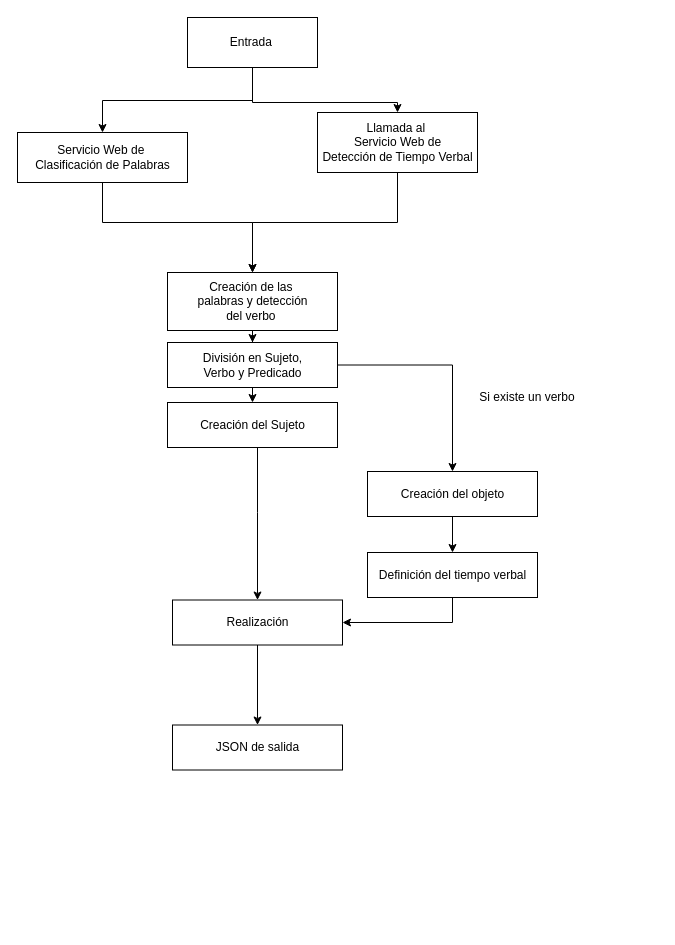
Earlier version of the draw.io diagram Documentación/Imagenes/Bitmap/Diagramas/NLGService.drawio (NILGroup/TFG-1819-PictoTexto). Source tidied: cells renumbered, new cells numbered last; positions are measured from the earlier drawing's top-left corner, leaving out a move shared by most shapes. Both pictures are drawn from the tidied source at 100%, with x=0, y=0 at pixel (17, 17).
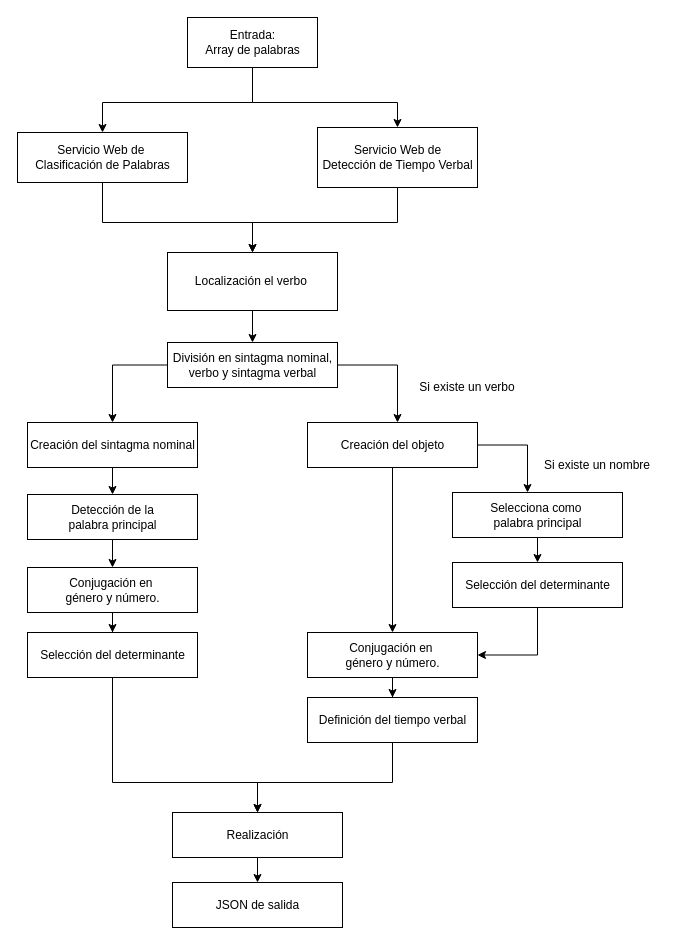
The same page after the edit.

The change refers to these unchanged cells:
```xml
<mxCell id="5" value="Servicio Web de&amp;nbsp;&lt;br&gt;Clasificación de Palabras&lt;br&gt;" style="html=1;" parent="1" vertex="1">
  <mxGeometry y="115" width="170" height="50" as="geometry" />
</mxCell>
```

Diff of the diagram source:
```diff
@@
     <mxCell id="2" style="edgeStyle=orthogonalEdgeStyle;rounded=0;jettySize=auto;html=1;exitX=0.5;exitY=1;exitDx=0;exitDy=0;entryX=0.5;entryY=0;entryDx=0;entryDy=0;" parent="1" edge="1" source="6" target="5">
       <mxGeometry relative="1" as="geometry">
         <Array as="points">
-          <mxPoint x="235" y="83" />
-          <mxPoint x="85" y="83" />
+          <mxPoint x="235" y="85" />
+          <mxPoint x="85" y="85" />
         </Array>
       </mxGeometry>
     </mxCell>
@@
-    <mxCell id="6" value="Entrada&amp;nbsp;&lt;br&gt;" style="html=1;" parent="1" vertex="1">
+    <mxCell id="6" value="Entrada:&lt;br&gt;Array de palabras&lt;br&gt;" style="html=1;" parent="1" vertex="1">
       <mxGeometry x="170" width="130" height="50" as="geometry" />
     </mxCell>
     <mxCell id="7" style="edgeStyle=orthogonalEdgeStyle;rounded=0;jettySize=auto;html=1;" parent="1" edge="1" source="8" target="10">
-      <mxGeometry relative="1" as="geometry" />
+      <mxGeometry relative="1" as="geometry">
+        <Array as="points">
+          <mxPoint x="380" y="205" />
+          <mxPoint x="235" y="205" />
+        </Array>
+      </mxGeometry>
     </mxCell>
-    <mxCell id="8" value="Llamada al&amp;nbsp;&lt;br&gt;Servicio Web&amp;nbsp;&lt;span&gt;de &lt;br&gt;Detección de Tiempo Verbal&lt;/span&gt;&lt;br&gt;" style="html=1;" parent="1" vertex="1">
-      <mxGeometry x="300" y="95" width="160" height="60" as="geometry" />
+    <mxCell id="8" value="Servicio Web&amp;nbsp;&lt;span&gt;de &lt;br&gt;Detección de Tiempo Verbal&lt;/span&gt;&lt;br&gt;" style="html=1;" parent="1" vertex="1">
+      <mxGeometry x="300" y="110" width="160" height="60" as="geometry" />
     </mxCell>
@@
-    <mxCell id="10" value="Creación de las&amp;nbsp;&lt;br&gt;palabras y detección&lt;br&gt;del verbo&amp;nbsp;&lt;br&gt;" style="html=1;" parent="1" vertex="1">
-      <mxGeometry x="150" y="255" width="170" height="58" as="geometry" />
+    <mxCell id="10" value="Localización el&amp;nbsp;verbo&amp;nbsp;&lt;br&gt;" style="html=1;" parent="1" vertex="1">
+      <mxGeometry x="150" y="235" width="170" height="58" as="geometry" />
     </mxCell>
-    <mxCell id="11" style="edgeStyle=orthogonalEdgeStyle;rounded=0;jettySize=auto;html=1;" parent="1" edge="1" source="12" target="15">
+    <mxCell id="11" style="edgeStyle=orthogonalEdgeStyle;rounded=0;jettySize=auto;html=1;exitX=0;exitY=0.5;exitDx=0;exitDy=0;" parent="1" edge="1" source="12" target="15">
       <mxGeometry relative="1" as="geometry">
         <Array as="points">
-          <mxPoint x="235" y="415" />
-          <mxPoint x="235" y="415" />
+          <mxPoint x="95" y="348" />
         </Array>
       </mxGeometry>
     </mxCell>
-    <mxCell id="12" value="División en Sujeto,&lt;br&gt;Verbo y Predicado&lt;br&gt;" style="html=1;" parent="1" vertex="1">
+    <mxCell id="12" value="División en sintagma nominal,&lt;br&gt;verbo y sintagma verbal&lt;br&gt;" style="html=1;" parent="1" vertex="1">
       <mxGeometry x="150" y="325" width="170" height="45" as="geometry" />
     </mxCell>
-    <mxCell id="13" style="edgeStyle=orthogonalEdgeStyle;rounded=0;jettySize=auto;html=1;" parent="1" edge="1" source="15" target="21">
-      <mxGeometry relative="1" as="geometry">
-        <Array as="points">
-          <mxPoint x="240" y="495" />
-          <mxPoint x="240" y="495" />
-        </Array>
-      </mxGeometry>
-    </mxCell>
     <mxCell id="14" style="edgeStyle=orthogonalEdgeStyle;rounded=0;jettySize=auto;html=1;exitX=1;exitY=0.5;exitDx=0;exitDy=0;" parent="1" edge="1" source="12" target="17">
-      <mxGeometry relative="1" as="geometry" />
+      <mxGeometry relative="1" as="geometry">
+        <Array as="points">
+          <mxPoint x="380" y="348" />
+        </Array>
+      </mxGeometry>
     </mxCell>
+    <mxCell id="24" style="edgeStyle=orthogonalEdgeStyle;rounded=0;jettySize=auto;html=1;" parent="1" edge="1" source="15" target="26">
+      <mxGeometry relative="1" as="geometry" />
+    </mxCell>
-    <mxCell id="15" value="Creación del Sujeto&lt;br&gt;" style="html=1;" parent="1" vertex="1">
-      <mxGeometry x="150" y="385" width="170" height="45" as="geometry" />
+    <mxCell id="15" value="Creación del sintagma nominal&lt;br&gt;" style="html=1;" parent="1" vertex="1">
+      <mxGeometry x="10" y="405" width="170" height="45" as="geometry" />
     </mxCell>
-    <mxCell id="16" style="edgeStyle=orthogonalEdgeStyle;rounded=0;jettySize=auto;html=1;" parent="1" edge="1" source="17" target="19">
-      <mxGeometry relative="1" as="geometry" />
-    </mxCell>
+    <mxCell id="25" style="edgeStyle=orthogonalEdgeStyle;rounded=0;jettySize=auto;html=1;entryX=0.5;entryY=0;entryDx=0;entryDy=0;" parent="1" edge="1" source="26" target="28">
+      <mxGeometry relative="1" as="geometry" />
+    </mxCell>
+    <mxCell id="26" value="Detección de la &lt;br&gt;palabra principal&lt;br&gt;" style="html=1;" parent="1" vertex="1">
+      <mxGeometry x="10" y="477" width="170" height="45" as="geometry" />
+    </mxCell>
+    <mxCell id="27" style="edgeStyle=orthogonalEdgeStyle;rounded=0;jettySize=auto;html=1;" parent="1" edge="1" source="28" target="30">
+      <mxGeometry relative="1" as="geometry" />
+    </mxCell>
+    <mxCell id="28" value="Conjugación en&amp;nbsp;&lt;br&gt;género y número.&lt;br&gt;" style="html=1;" parent="1" vertex="1">
+      <mxGeometry x="10" y="550" width="170" height="45" as="geometry" />
+    </mxCell>
+    <mxCell id="29" style="edgeStyle=orthogonalEdgeStyle;rounded=0;jettySize=auto;html=1;" parent="1" edge="1" source="30">
+      <mxGeometry relative="1" as="geometry">
+        <mxPoint x="240" y="795" as="targetPoint" />
+        <Array as="points">
+          <mxPoint x="95" y="765" />
+          <mxPoint x="240" y="765" />
+        </Array>
+      </mxGeometry>
+    </mxCell>
+    <mxCell id="30" value="Selección del determinante" style="html=1;" parent="1" vertex="1">
+      <mxGeometry x="10" y="615" width="170" height="45" as="geometry" />
+    </mxCell>
+    <mxCell id="31" style="edgeStyle=orthogonalEdgeStyle;rounded=0;jettySize=auto;html=1;" parent="1" edge="1" source="17" target="34">
+      <mxGeometry relative="1" as="geometry">
+        <Array as="points">
+          <mxPoint x="510" y="428" />
+        </Array>
+      </mxGeometry>
+    </mxCell>
+    <mxCell id="32" style="edgeStyle=orthogonalEdgeStyle;rounded=0;jettySize=auto;html=1;" parent="1" edge="1" source="17" target="39">
+      <mxGeometry relative="1" as="geometry" />
+    </mxCell>
     <mxCell id="17" value="Creación del objeto&lt;br&gt;" style="html=1;" parent="1" vertex="1">
-      <mxGeometry x="350" y="454" width="170" height="45" as="geometry" />
+      <mxGeometry x="290" y="405" width="170" height="45" as="geometry" />
     </mxCell>
-    <mxCell id="18" style="edgeStyle=orthogonalEdgeStyle;rounded=0;jettySize=auto;html=1;entryX=1;entryY=0.5;entryDx=0;entryDy=0;exitX=0.5;exitY=1;exitDx=0;exitDy=0;" parent="1" edge="1" source="19" target="21">
-      <mxGeometry relative="1" as="geometry" />
-    </mxCell>
-    <mxCell id="19" value="Definición del tiempo verbal" style="html=1;" parent="1" vertex="1">
-      <mxGeometry x="350" y="535" width="170" height="45" as="geometry" />
-    </mxCell>
+    <mxCell id="33" style="edgeStyle=orthogonalEdgeStyle;rounded=0;jettySize=auto;html=1;entryX=0.5;entryY=0;entryDx=0;entryDy=0;" parent="1" edge="1" source="34" target="37">
+      <mxGeometry relative="1" as="geometry" />
+    </mxCell>
+    <mxCell id="34" value="Selecciona como&amp;nbsp;&lt;br&gt;palabra principal&lt;br&gt;" style="html=1;" parent="1" vertex="1">
+      <mxGeometry x="435" y="475" width="170" height="45" as="geometry" />
+    </mxCell>
@@
     <mxCell id="21" value="Realización&lt;br&gt;" style="html=1;" parent="1" vertex="1">
-      <mxGeometry x="155" y="582.5" width="170" height="45" as="geometry" />
+      <mxGeometry x="155" y="795" width="170" height="45" as="geometry" />
     </mxCell>
     <mxCell id="22" value="JSON de salida" style="html=1;" parent="1" vertex="1">
-      <mxGeometry x="155" y="707.5" width="170" height="45" as="geometry" />
+      <mxGeometry x="155" y="865" width="170" height="45" as="geometry" />
     </mxCell>
     <mxCell id="23" value="Si existe un verbo" style="text;html=1;strokeColor=none;fillColor=none;align=center;verticalAlign=middle;whiteSpace=wrap;rounded=0;" parent="1" vertex="1">
-      <mxGeometry x="450" y="370" width="120" height="20" as="geometry" />
+      <mxGeometry x="390" y="360" width="120" height="20" as="geometry" />
     </mxCell>
+    <mxCell id="18" style="edgeStyle=orthogonalEdgeStyle;rounded=0;jettySize=auto;html=1;entryX=0.5;entryY=0;entryDx=0;entryDy=0;" parent="1" edge="1" source="19" target="21">
+      <mxGeometry relative="1" as="geometry">
+        <Array as="points">
+          <mxPoint x="375" y="765" />
+          <mxPoint x="240" y="765" />
+        </Array>
+      </mxGeometry>
+    </mxCell>
+    <mxCell id="19" value="Definición del tiempo verbal" style="html=1;" parent="1" vertex="1">
+      <mxGeometry x="290" y="680" width="170" height="45" as="geometry" />
+    </mxCell>
+    <mxCell id="35" value="Si existe un nombre" style="text;html=1;strokeColor=none;fillColor=none;align=center;verticalAlign=middle;whiteSpace=wrap;rounded=0;" parent="1" vertex="1">
+      <mxGeometry x="520" y="437.5" width="120" height="20" as="geometry" />
+    </mxCell>
+    <mxCell id="36" style="edgeStyle=orthogonalEdgeStyle;rounded=0;jettySize=auto;html=1;entryX=1;entryY=0.5;entryDx=0;entryDy=0;" parent="1" edge="1" source="37" target="39">
+      <mxGeometry relative="1" as="geometry" />
+    </mxCell>
+    <mxCell id="37" value="Selección del determinante" style="html=1;" parent="1" vertex="1">
+      <mxGeometry x="435" y="545" width="170" height="45" as="geometry" />
+    </mxCell>
+    <mxCell id="38" style="edgeStyle=orthogonalEdgeStyle;rounded=0;jettySize=auto;html=1;" parent="1" edge="1" source="39" target="19">
+      <mxGeometry relative="1" as="geometry" />
+    </mxCell>
+    <mxCell id="39" value="Conjugación en&amp;nbsp;&lt;br&gt;género y número.&lt;br&gt;" style="html=1;" parent="1" vertex="1">
+      <mxGeometry x="290" y="615" width="170" height="45" as="geometry" />
+    </mxCell>
```
